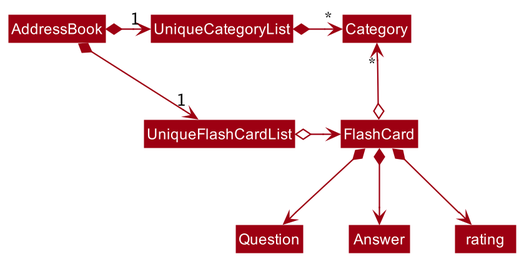
Before: docs/images/BetterModelClassDiagram.png, a diagram exported from PlantUML (nus-cs2103-AY1920S1/addressbook-level3). The source it was exported from:
```plantuml
@startuml










skinparam BackgroundColor #FFFFFFF

skinparam Shadowing false

skinparam Class {
    FontColor #FFFFFF
    BorderThickness 1
    BorderColor #FFFFFF
    StereotypeFontColor #FFFFFF
    FontName Arial
}

skinparam Actor {
    BorderColor #000000
    Color #000000
    FontName Arial
}

skinparam Sequence {
    MessageAlign center
    BoxFontSize 15
    BoxPadding 0
    BoxFontColor #FFFFFF
    FontName Arial
}

skinparam Participant {
    FontColor #FFFFFFF
    Padding 20
}

skinparam MinClassWidth 50
skinparam ParticipantPadding 10
skinparam Shadowing false
skinparam DefaultTextAlignment center
skinparam packageStyle Rectangle

hide footbox
hide members
hide circle
skinparam arrowThickness 1.1
skinparam arrowColor #9D0012
skinparam classBackgroundColor #9D0012

AddressBook *-right-> "1" UniqueFlashCardList
AddressBook *-right-> "1" UniqueCategoryList
UniqueCategoryList -[hidden]down- UniqueFlashCardList
UniqueCategoryList -[hidden]down- UniqueFlashCardList

UniqueCategoryList *-right-> "*" Category
UniqueFlashCardList o-right-> FlashCard

FlashCard o-up-> "*" Category

FlashCard *--> Question
FlashCard *--> Answer
FlashCard *--> rating
@enduml
```
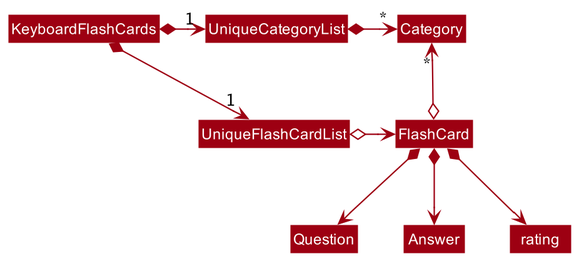
Later version of the same file.

Change to the diagram source:
```diff
@@ -53,8 +53,8 @@
 skinparam arrowColor #9D0012
 skinparam classBackgroundColor #9D0012
 
-AddressBook *-right-> "1" UniqueFlashCardList
-AddressBook *-right-> "1" UniqueCategoryList
+KeyboardFlashCards *-right-> "1" UniqueFlashCardList
+KeyboardFlashCards *-right-> "1" UniqueCategoryList
 UniqueCategoryList -[hidden]down- UniqueFlashCardList
 UniqueCategoryList -[hidden]down- UniqueFlashCardList
 
```
